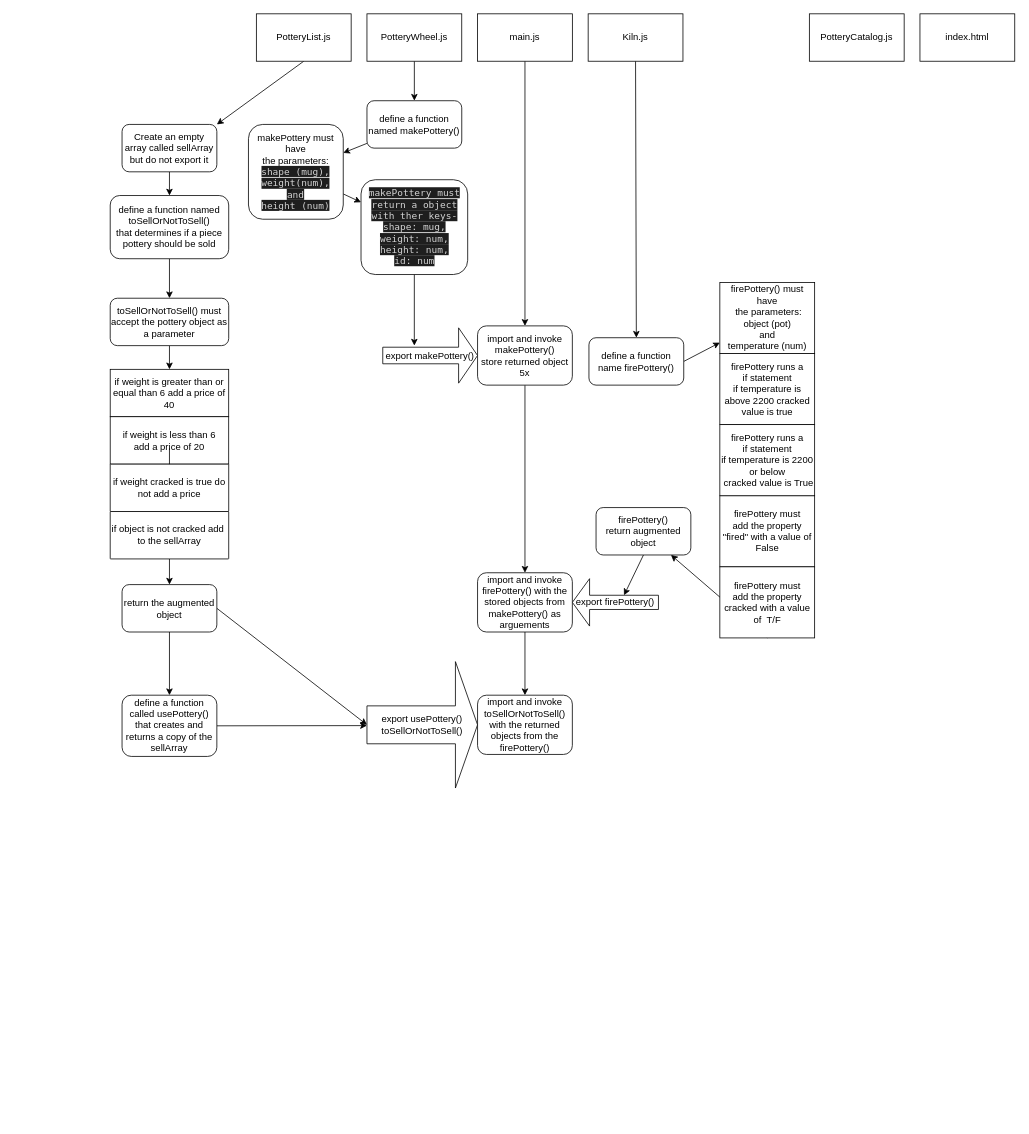
Above: src/PotterySequenceDiagram.drawio in nss-day-cohort-75/Hairy-Potter-BraxtonBrown4 (draw.io), before the change. Source tidied: cells renumbered, new cells numbered last; positions are measured from the earlier drawing's top-left corner, leaving out a move shared by most shapes. Both pictures are drawn from the tidied source at 79%, with x=0, y=0 at pixel (110, 13).
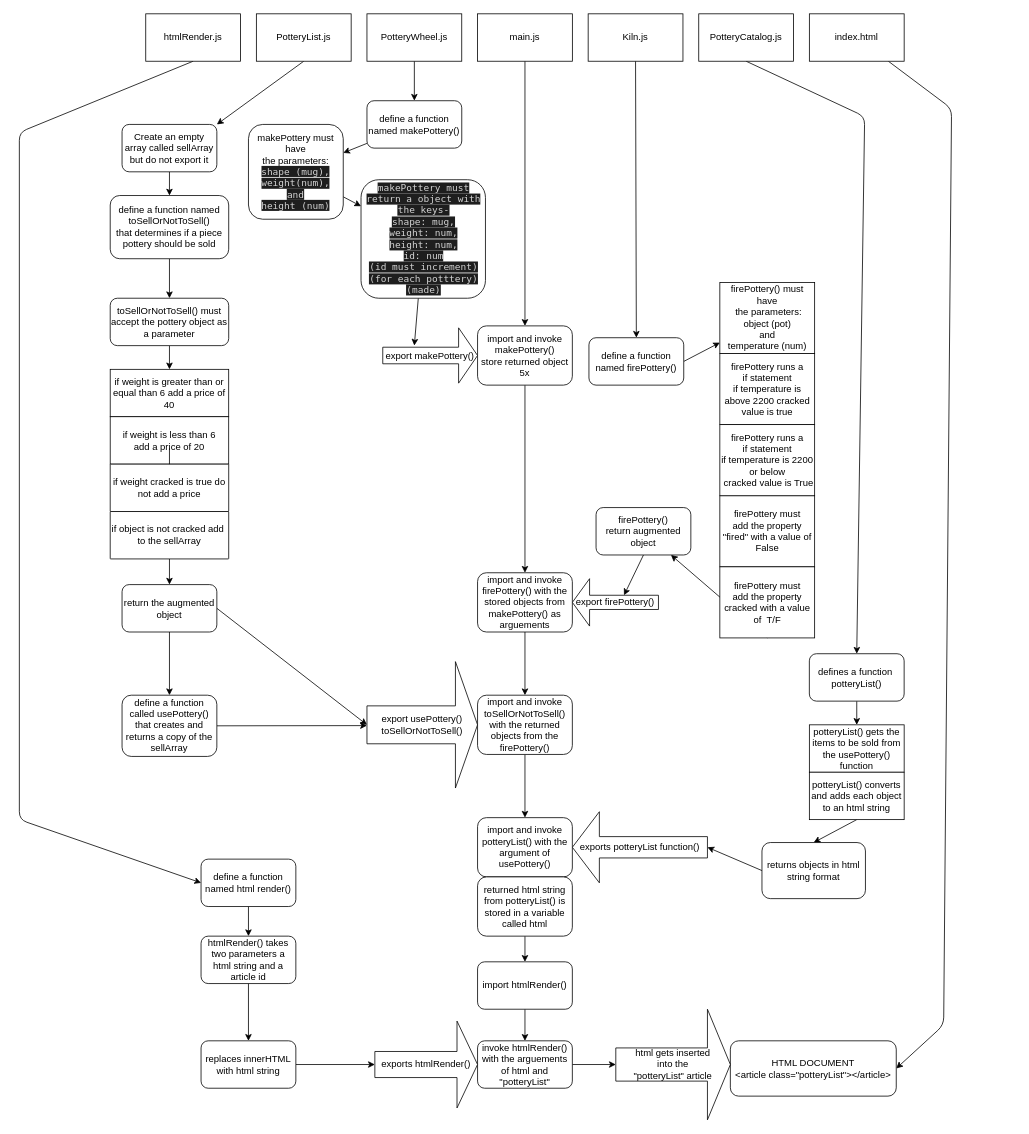
The same page after the edit.

The change refers to these unchanged cells:
```xml
<mxCell id="58" value="import and invoke&lt;br&gt;toSellOrNotToSell()&lt;br&gt;with the returned objects from the firePottery()" style="rounded=1;whiteSpace=wrap;html=1;fontSize=12;" parent="1" vertex="1">
  <mxGeometry x="465" y="862.5" width="120" height="75" as="geometry" />
</mxCell>
```

Diff of the diagram source:
```diff
@@
+    <mxCell id="59" style="edgeStyle=none;html=1;exitX=0.5;exitY=1;exitDx=0;exitDy=0;entryX=0.5;entryY=0;entryDx=0;entryDy=0;" parent="1" edge="1" source="8" target="63">
+      <mxGeometry relative="1" as="geometry">
+        <Array as="points">
+          <mxPoint x="955" y="130" />
+        </Array>
+      </mxGeometry>
+    </mxCell>
     <mxCell id="8" value="PotteryCatalog.js" style="rounded=0;whiteSpace=wrap;html=1;fontSize=12;" parent="1" vertex="1">
-      <mxGeometry x="885" width="120" height="60" as="geometry" />
+      <mxGeometry x="745" width="120" height="60" as="geometry" />
     </mxCell>
@@
+    <mxCell id="60" style="edgeStyle=none;html=1;entryX=1;entryY=0.5;entryDx=0;entryDy=0;" parent="1" edge="1" source="11" target="79">
+      <mxGeometry relative="1" as="geometry">
+        <Array as="points">
+          <mxPoint x="1065" y="120" />
+          <mxPoint x="1055" y="1280" />
+        </Array>
+      </mxGeometry>
+    </mxCell>
     <mxCell id="11" value="index.html" style="rounded=0;whiteSpace=wrap;html=1;fontSize=12;" parent="1" vertex="1">
-      <mxGeometry x="1025" width="120" height="60" as="geometry" />
+      <mxGeometry x="885" width="120" height="60" as="geometry" />
     </mxCell>
@@
-    <mxCell id="17" value="&lt;span style=&quot;background-color: rgb(30, 30, 30); color: rgb(212, 212, 212); font-family: Menlo, Monaco, &amp;quot;Courier New&amp;quot;, monospace;&quot;&gt;makePottery must return a object with ther keys-&lt;br&gt;&lt;/span&gt;&lt;span style=&quot;color: rgb(212, 212, 212); font-family: Menlo, Monaco, &amp;quot;Courier New&amp;quot;, monospace; background-color: rgb(30, 30, 30);&quot;&gt;shape: mug,&lt;br&gt;weight: num,&lt;/span&gt;&lt;br style=&quot;color: rgb(212, 212, 212); font-family: Menlo, Monaco, &amp;quot;Courier New&amp;quot;, monospace;&quot;&gt;&lt;span style=&quot;color: rgb(212, 212, 212); font-family: Menlo, Monaco, &amp;quot;Courier New&amp;quot;, monospace; background-color: rgb(30, 30, 30);&quot;&gt;height: num,&lt;br&gt;&lt;/span&gt;&lt;span style=&quot;background-color: rgb(30, 30, 30); color: rgb(212, 212, 212); font-family: Menlo, Monaco, &amp;quot;Courier New&amp;quot;, monospace;&quot;&gt;id: num&lt;/span&gt;&lt;span style=&quot;background-color: rgb(30, 30, 30); color: rgb(212, 212, 212); font-family: Menlo, Monaco, &amp;quot;Courier New&amp;quot;, monospace;&quot;&gt;&lt;br&gt;&lt;/span&gt;" style="whiteSpace=wrap;html=1;rounded=1;" parent="1" vertex="1">
-      <mxGeometry x="317.5" y="210" width="135" height="120" as="geometry" />
+    <mxCell id="17" value="&lt;span style=&quot;background-color: rgb(30, 30, 30); color: rgb(212, 212, 212); font-family: Menlo, Monaco, &amp;quot;Courier New&amp;quot;, monospace;&quot;&gt;makePottery must return a object with the keys-&lt;br&gt;&lt;/span&gt;&lt;span style=&quot;color: rgb(212, 212, 212); font-family: Menlo, Monaco, &amp;quot;Courier New&amp;quot;, monospace; background-color: rgb(30, 30, 30);&quot;&gt;shape: mug,&lt;br&gt;weight: num,&lt;/span&gt;&lt;br style=&quot;color: rgb(212, 212, 212); font-family: Menlo, Monaco, &amp;quot;Courier New&amp;quot;, monospace;&quot;&gt;&lt;span style=&quot;color: rgb(212, 212, 212); font-family: Menlo, Monaco, &amp;quot;Courier New&amp;quot;, monospace; background-color: rgb(30, 30, 30);&quot;&gt;height: num,&lt;br&gt;&lt;/span&gt;&lt;span style=&quot;background-color: rgb(30, 30, 30); color: rgb(212, 212, 212); font-family: Menlo, Monaco, &amp;quot;Courier New&amp;quot;, monospace;&quot;&gt;id: num&lt;br&gt;&lt;/span&gt;&lt;span style=&quot;background-color: rgb(30, 30, 30); color: rgb(212, 212, 212); font-family: Menlo, Monaco, &amp;quot;Courier New&amp;quot;, monospace;&quot;&gt;(id must increment) (for each potttery) (made)&lt;br&gt;&lt;/span&gt;" style="whiteSpace=wrap;html=1;rounded=1;" parent="1" vertex="1">
+      <mxGeometry x="317.5" y="210" width="157.5" height="150" as="geometry" />
     </mxCell>
@@
-    <mxCell id="22" value="define a function name firePottery()" style="rounded=1;whiteSpace=wrap;html=1;fontSize=12;" parent="1" vertex="1">
+    <mxCell id="22" value="define a function named firePottery()" style="rounded=1;whiteSpace=wrap;html=1;fontSize=12;" parent="1" vertex="1">
       <mxGeometry x="606" y="410" width="120" height="60" as="geometry" />
     </mxCell>
@@
+    <mxCell id="61" style="edgeStyle=none;html=1;" parent="1" edge="1" source="58" target="72">
+      <mxGeometry relative="1" as="geometry" />
+    </mxCell>
@@
+    <mxCell id="62" style="edgeStyle=none;html=1;" parent="1" edge="1" source="63" target="65">
+      <mxGeometry relative="1" as="geometry" />
+    </mxCell>
+    <mxCell id="63" value="defines a function&amp;nbsp;&lt;br&gt;potteryList()" style="rounded=1;whiteSpace=wrap;html=1;" parent="1" vertex="1">
+      <mxGeometry x="885" y="810" width="120" height="60" as="geometry" />
+    </mxCell>
+    <mxCell id="64" style="edgeStyle=none;html=1;" parent="1" edge="1" source="65" target="67">
+      <mxGeometry relative="1" as="geometry" />
+    </mxCell>
+    <mxCell id="65" value="potteryList() gets the items to be sold from the usePottery() function" style="rounded=1;whiteSpace=wrap;html=1;arcSize=0;" parent="1" vertex="1">
+      <mxGeometry x="885" y="900" width="120" height="60" as="geometry" />
+    </mxCell>
+    <mxCell id="66" style="edgeStyle=none;html=1;exitX=0.5;exitY=1;exitDx=0;exitDy=0;entryX=0.5;entryY=0;entryDx=0;entryDy=0;" parent="1" edge="1" source="67" target="69">
+      <mxGeometry relative="1" as="geometry" />
+    </mxCell>
+    <mxCell id="67" value="potteryList() converts and adds each object to an html string" style="whiteSpace=wrap;html=1;rounded=1;arcSize=0;" parent="1" vertex="1">
+      <mxGeometry x="885" y="960" width="120" height="60" as="geometry" />
+    </mxCell>
+    <mxCell id="68" style="edgeStyle=none;html=1;exitX=0;exitY=0.5;exitDx=0;exitDy=0;entryX=0;entryY=0.5;entryDx=0;entryDy=0;entryPerimeter=0;" parent="1" edge="1" source="69" target="70">
+      <mxGeometry relative="1" as="geometry" />
+    </mxCell>
+    <mxCell id="69" value="returns objects in html string format" style="rounded=1;whiteSpace=wrap;html=1;" parent="1" vertex="1">
+      <mxGeometry x="825" y="1049" width="131" height="71" as="geometry" />
+    </mxCell>
+    <mxCell id="70" value="exports potteryList function()" style="shape=singleArrow;direction=west;whiteSpace=wrap;html=1;" parent="1" vertex="1">
+      <mxGeometry x="585" y="1010" width="171" height="90" as="geometry" />
+    </mxCell>
+    <mxCell id="71" style="edgeStyle=none;html=1;" parent="1" edge="1" source="72" target="74">
+      <mxGeometry relative="1" as="geometry" />
+    </mxCell>
+    <mxCell id="72" value="import and invoke&lt;br&gt;potteryList() with the argument of usePottery()" style="rounded=1;whiteSpace=wrap;html=1;fontSize=12;" parent="1" vertex="1">
+      <mxGeometry x="465" y="1017.5" width="120" height="75" as="geometry" />
+    </mxCell>
+    <mxCell id="73" style="edgeStyle=none;html=1;" parent="1" edge="1" source="74" target="76">
+      <mxGeometry relative="1" as="geometry" />
+    </mxCell>
+    <mxCell id="74" value="returned html string from potteryList() is stored in a variable called html" style="rounded=1;whiteSpace=wrap;html=1;fontSize=12;" parent="1" vertex="1">
+      <mxGeometry x="465" y="1092.5" width="120" height="75" as="geometry" />
+    </mxCell>
+    <mxCell id="75" style="edgeStyle=none;html=1;" parent="1" edge="1" source="76" target="78">
+      <mxGeometry relative="1" as="geometry" />
+    </mxCell>
+    <mxCell id="76" value="import htmlRender()" style="whiteSpace=wrap;html=1;rounded=1;" parent="1" vertex="1">
+      <mxGeometry x="465" y="1200" width="120" height="60" as="geometry" />
+    </mxCell>
+    <mxCell id="77" style="edgeStyle=none;html=1;exitX=1;exitY=0.5;exitDx=0;exitDy=0;entryX=0;entryY=0.5;entryDx=0;entryDy=0;entryPerimeter=0;" parent="1" edge="1" source="78" target="80">
+      <mxGeometry relative="1" as="geometry" />
+    </mxCell>
+    <mxCell id="78" value="invoke htmlRender()&lt;br&gt;with the arguements of html and &quot;potteryList&quot;" style="whiteSpace=wrap;html=1;rounded=1;" parent="1" vertex="1">
+      <mxGeometry x="465" y="1300" width="120" height="60" as="geometry" />
+    </mxCell>
+    <mxCell id="79" value="HTML DOCUMENT&lt;br&gt;&amp;lt;article class=&quot;potteryList&quot;&amp;gt;&amp;lt;/article&amp;gt;" style="rounded=1;whiteSpace=wrap;html=1;" parent="1" vertex="1">
+      <mxGeometry x="785" y="1300" width="210" height="70" as="geometry" />
+    </mxCell>
+    <mxCell id="80" value="html gets inserted&lt;br&gt;into the&lt;br&gt;&quot;potteryList&quot; article" style="shape=singleArrow;whiteSpace=wrap;html=1;" parent="1" vertex="1">
+      <mxGeometry x="640" y="1260" width="145" height="140" as="geometry" />
+    </mxCell>
+    <mxCell id="81" style="edgeStyle=none;html=1;exitX=0.5;exitY=1;exitDx=0;exitDy=0;entryX=0;entryY=0.5;entryDx=0;entryDy=0;" parent="1" edge="1" source="82" target="84">
+      <mxGeometry relative="1" as="geometry">
+        <Array as="points">
+          <mxPoint x="-115" y="150" />
+          <mxPoint x="-115" y="1020" />
+        </Array>
+      </mxGeometry>
+    </mxCell>
+    <mxCell id="82" value="htmlRender.js" style="rounded=0;whiteSpace=wrap;html=1;" parent="1" vertex="1">
+      <mxGeometry x="45" width="120" height="60" as="geometry" />
+    </mxCell>
+    <mxCell id="83" style="edgeStyle=none;html=1;" parent="1" edge="1" source="84" target="86">
+      <mxGeometry relative="1" as="geometry" />
+    </mxCell>
+    <mxCell id="84" value="define a function named html render()" style="rounded=1;whiteSpace=wrap;html=1;" parent="1" vertex="1">
+      <mxGeometry x="115" y="1070" width="120" height="60" as="geometry" />
+    </mxCell>
+    <mxCell id="85" style="edgeStyle=none;html=1;" parent="1" edge="1" source="86" target="88">
+      <mxGeometry relative="1" as="geometry" />
+    </mxCell>
+    <mxCell id="86" value="htmlRender() takes two parameters a html string and a article id" style="whiteSpace=wrap;html=1;rounded=1;" parent="1" vertex="1">
+      <mxGeometry x="115" y="1167.5" width="120" height="60" as="geometry" />
+    </mxCell>
+    <mxCell id="87" style="edgeStyle=none;html=1;exitX=1;exitY=0.5;exitDx=0;exitDy=0;entryX=0;entryY=0.5;entryDx=0;entryDy=0;entryPerimeter=0;" parent="1" edge="1" source="88" target="89">
+      <mxGeometry relative="1" as="geometry" />
+    </mxCell>
+    <mxCell id="88" value="replaces innerHTML with html string" style="whiteSpace=wrap;html=1;rounded=1;" parent="1" vertex="1">
+      <mxGeometry x="115" y="1300" width="120" height="60" as="geometry" />
+    </mxCell>
+    <mxCell id="89" value="exports htmlRender()" style="shape=singleArrow;whiteSpace=wrap;html=1;" parent="1" vertex="1">
+      <mxGeometry x="335" y="1275" width="130" height="110" as="geometry" />
+    </mxCell>
```
